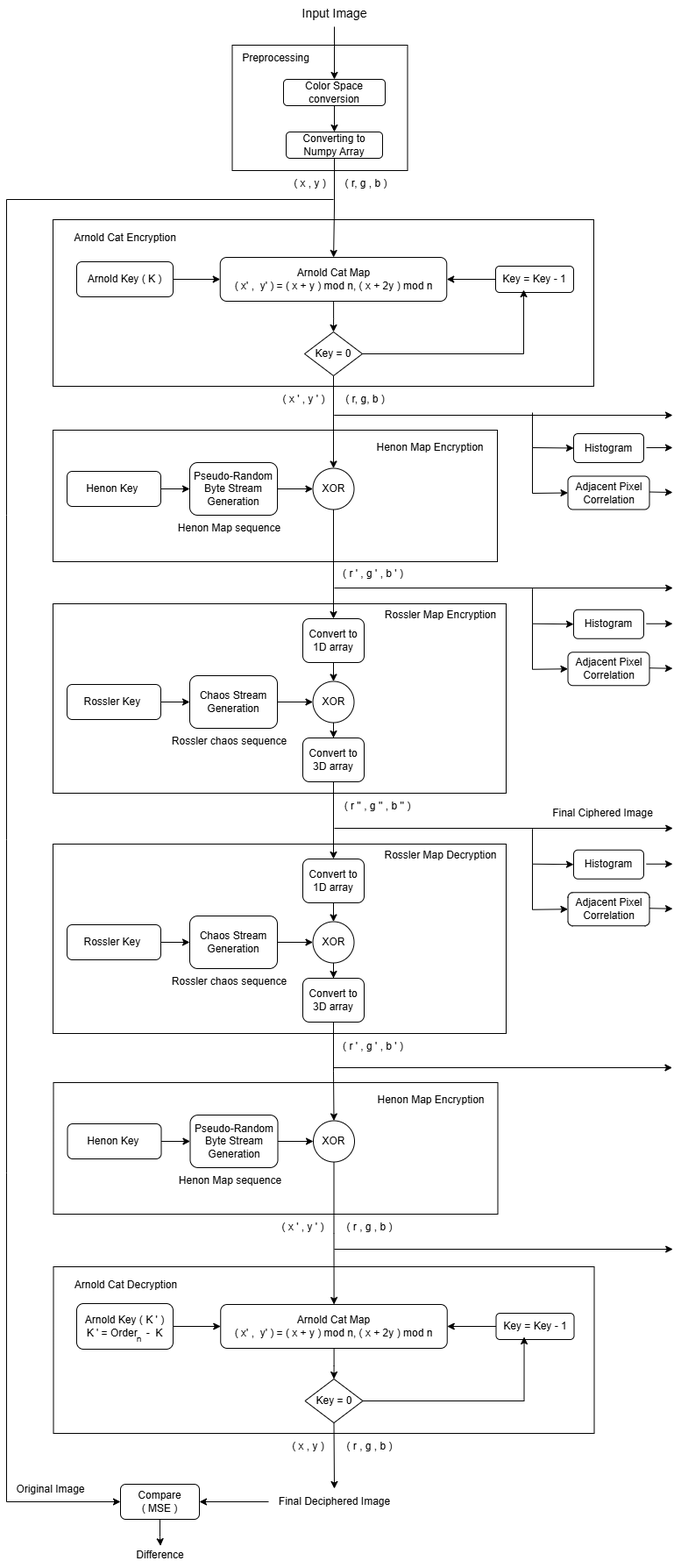
Before: Pipeline.png, a diagram exported from draw.io (meaviral17/Image-Cryptography). Source tidied: cells renumbered, new cells last; positions are measured from the earlier drawing's top-left corner, leaving out a move shared by most shapes.
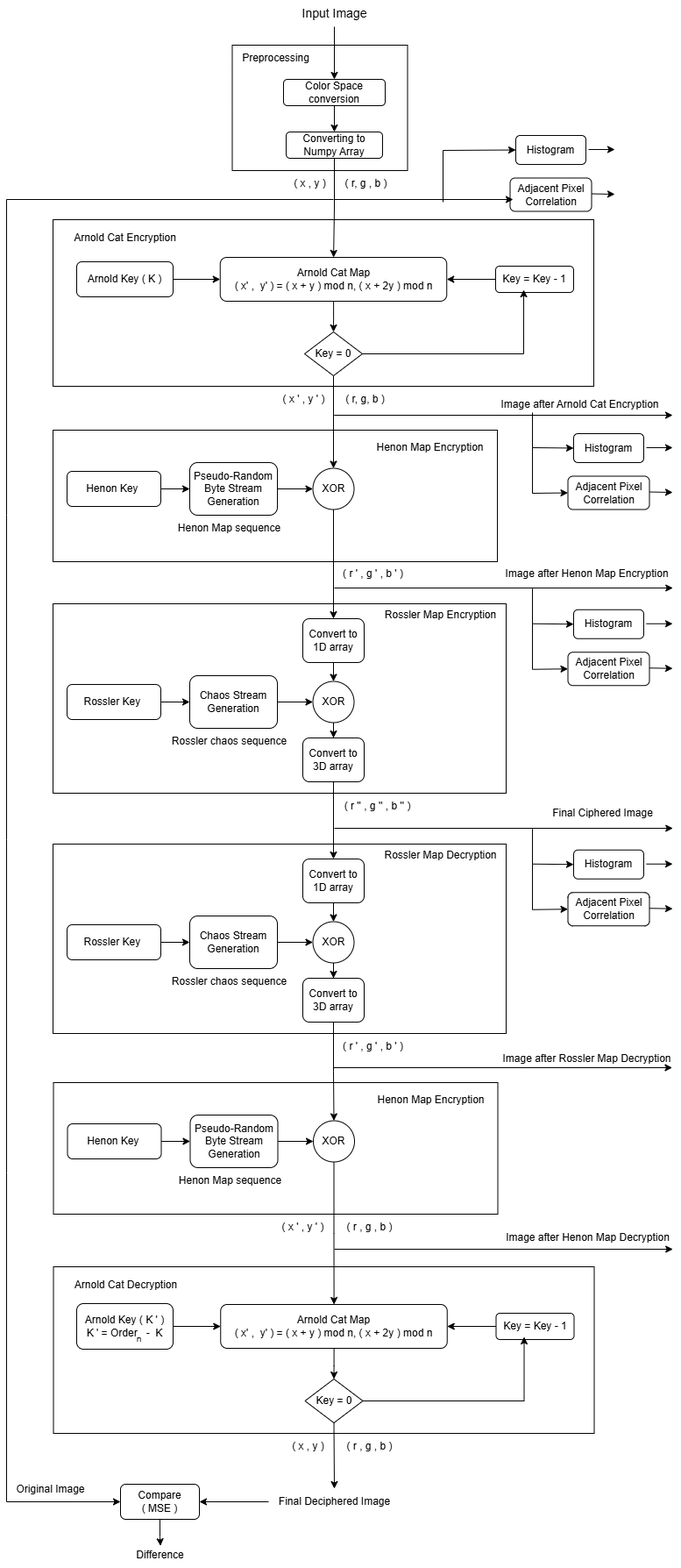
After the change.

Commit message:
updated Pipeline, added labels

Change to the diagram source:
```diff
@@ -427,5 +427,49 @@
     <mxCell id="118" style="edgeStyle=orthogonalEdgeStyle;rounded=0;jettySize=auto;html=1;entryX=0.508;entryY=0.14;entryDx=0;entryDy=0;entryPerimeter=0;" parent="1" edge="1" source="115" target="117">
       <mxGeometry relative="1" as="geometry" />
     </mxCell>
+    <mxCell id="119" value="Histogram" style="rounded=1;whiteSpace=wrap;html=1;" parent="1" vertex="1">
+      <mxGeometry x="581" y="154" width="80" height="33" as="geometry" />
+    </mxCell>
+    <mxCell id="120" style="edgeStyle=none;orthogonalLoop=1;jettySize=auto;html=1;rounded=0;" parent="1" edge="1">
+      <mxGeometry relative="1" as="geometry">
+        <mxPoint x="664" y="170" as="sourcePoint" />
+        <mxPoint x="694" y="170" as="targetPoint" />
+      </mxGeometry>
+    </mxCell>
+    <mxCell id="121" value="Adjacent Pixel Correlation" style="rounded=1;whiteSpace=wrap;html=1;" parent="1" vertex="1">
+      <mxGeometry x="574.5" y="202.5" width="93" height="38" as="geometry" />
+    </mxCell>
+    <mxCell id="122" style="edgeStyle=none;orthogonalLoop=1;jettySize=auto;html=1;rounded=0;exitX=1;exitY=0.5;exitDx=0;exitDy=0;" parent="1" edge="1">
+      <mxGeometry relative="1" as="geometry">
+        <mxPoint x="667.5" y="220.5" as="sourcePoint" />
+        <mxPoint x="694" y="221" as="targetPoint" />
+      </mxGeometry>
+    </mxCell>
+    <mxCell id="123" style="edgeStyle=none;orthogonalLoop=1;jettySize=auto;html=1;rounded=0;exitX=-0.046;exitY=1.1;exitDx=0;exitDy=0;exitPerimeter=0;" parent="1" edge="1">
+      <mxGeometry relative="1" as="geometry">
+        <mxPoint x="374" y="227" as="sourcePoint" />
+        <mxPoint x="578" y="227" as="targetPoint" />
+      </mxGeometry>
+    </mxCell>
+    <mxCell id="124" style="edgeStyle=none;jettySize=auto;html=1;rounded=0;entryX=0;entryY=0.5;entryDx=0;entryDy=0;" parent="1" edge="1" target="119">
+      <mxGeometry relative="1" as="geometry">
+        <mxPoint x="498" y="230" as="sourcePoint" />
+        <Array as="points">
+          <mxPoint x="498" y="171" />
+        </Array>
+      </mxGeometry>
+    </mxCell>
+    <mxCell id="125" value="Image after Arnold Cat Encryption" style="text;html=1;align=center;verticalAlign=middle;strokeColor=none;fillColor=none;" parent="1" vertex="1">
+      <mxGeometry x="555" y="448" width="198" height="26" as="geometry" />
+    </mxCell>
+    <mxCell id="126" value="Image after Henon Map Encryption" style="text;html=1;align=center;verticalAlign=middle;strokeColor=none;fillColor=none;" parent="1" vertex="1">
+      <mxGeometry x="560" y="641" width="204" height="26" as="geometry" />
+    </mxCell>
+    <mxCell id="127" value="Image after Rossler Map Decryption" style="text;html=1;align=center;verticalAlign=middle;strokeColor=none;fillColor=none;" parent="1" vertex="1">
+      <mxGeometry x="557" y="1194" width="210" height="26" as="geometry" />
+    </mxCell>
+    <mxCell id="128" value="Image after Henon Map Decryption" style="text;html=1;align=center;verticalAlign=middle;strokeColor=none;fillColor=none;" parent="1" vertex="1">
+      <mxGeometry x="560.5" y="1398" width="205" height="26" as="geometry" />
+    </mxCell>
   </root>
 </mxGraphModel>
```
